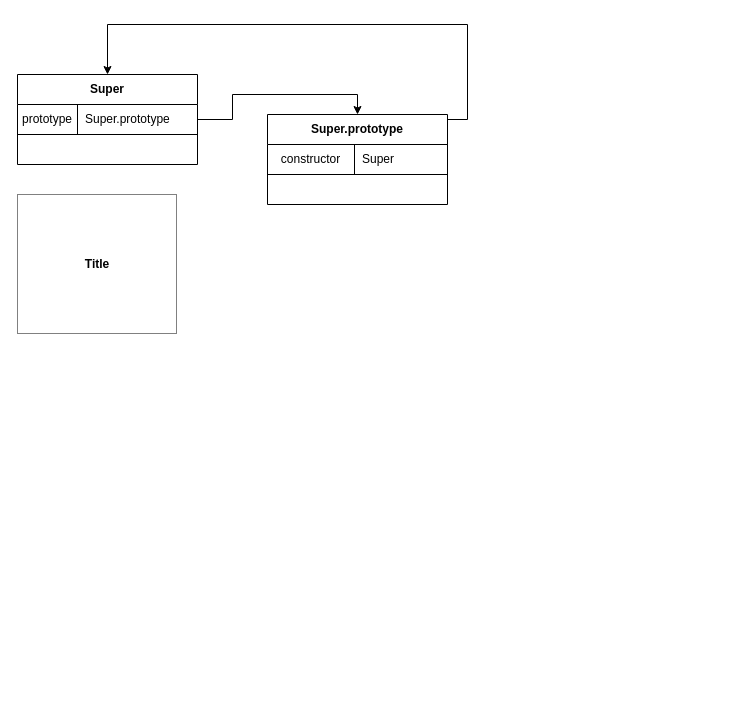
Above: Untitled Diagram.drawio in kankanbujian/handwriting-series (draw.io), before the change. Source tidied: cells renumbered, new cells numbered last; positions are measured from the earlier drawing's top-left corner, leaving out a move shared by most shapes. Both pictures are drawn from the tidied source at 100%, with x=0, y=0 at pixel (17, 24).
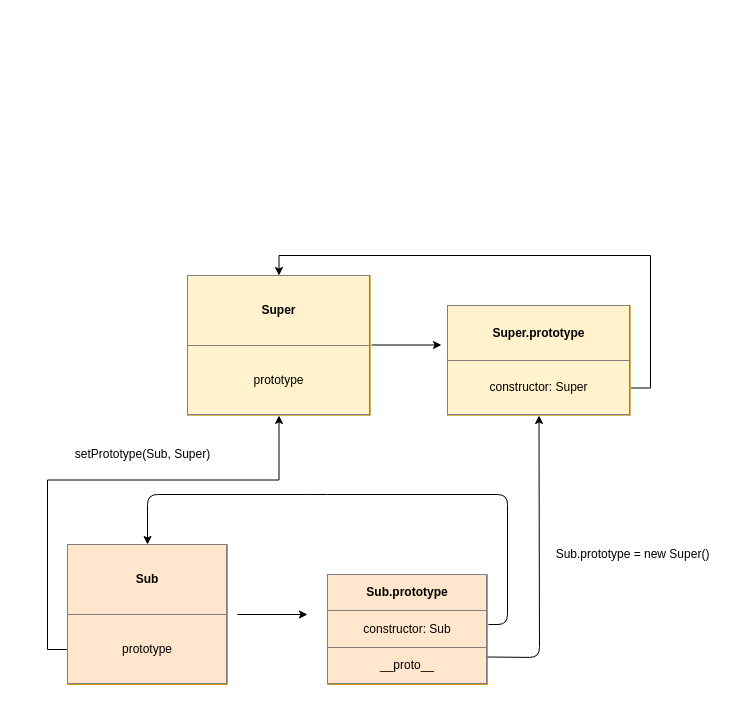
The same diagram, later.

The change refers to these unchanged cells:
```xml
<mxCell id="10" style="group;" parent="1" vertex="1">
  <mxGeometry x="250" y="90" width="180" height="90" as="geometry" />
</mxCell>
```

What changed in the source:
```diff
@@
-    <mxCell id="2" style="edgeStyle=orthogonalEdgeStyle;rounded=0;jettySize=auto;html=1;entryX=0.5;entryY=0;entryDx=0;entryDy=0;exitX=1;exitY=0.5;exitDx=0;exitDy=0;" parent="1" edge="1" source="12" target="5">
-      <mxGeometry relative="1" as="geometry">
-        <Array as="points">
-          <mxPoint x="450" y="95" />
-          <mxPoint x="450" />
-          <mxPoint x="90" />
-        </Array>
-      </mxGeometry>
-    </mxCell>
-    <mxCell id="3" style="edgeStyle=orthogonalEdgeStyle;rounded=0;jettySize=auto;html=1;exitX=1;exitY=0.5;exitDx=0;exitDy=0;entryX=0.5;entryY=0;entryDx=0;entryDy=0;" parent="1" edge="1" source="6" target="11">
-      <mxGeometry relative="1" as="geometry" />
-    </mxCell>
-    <mxCell id="4" style="group;" parent="1" vertex="1">
-      <mxGeometry y="50" width="180" height="90" as="geometry" />
-    </mxCell>
-    <mxCell id="5" value="Super" style="shape=table;html=1;whiteSpace=wrap;startSize=30;childLayout=tableLayout;rowLines=0;fontStyle=1;align=center;" parent="4" vertex="1">
-      <mxGeometry width="180" height="90" as="geometry" />
-    </mxCell>
-    <mxCell id="6" style="shape=partialRectangle;html=1;whiteSpace=wrap;fillColor=none;top=0;left=0;bottom=1;right=0;points=[[0,0.5],[1,0.5]];portConstraint=eastwest;" parent="5" vertex="1">
-      <mxGeometry y="30" width="180" height="30" as="geometry" />
-    </mxCell>
-    <mxCell id="7" value="prototype" style="shape=partialRectangle;html=1;whiteSpace=wrap;fillColor=none;top=0;left=0;bottom=0;right=0;overflow=hidden;" parent="6" vertex="1">
-      <mxGeometry width="60" height="30" as="geometry" />
-    </mxCell>
-    <mxCell id="8" value="&lt;span style=&quot;text-align: center&quot;&gt;Super.prototype&lt;/span&gt;" style="shape=partialRectangle;html=1;whiteSpace=wrap;fillColor=none;top=0;left=0;bottom=0;right=0;align=left;spacingLeft=6;overflow=hidden;" parent="6" vertex="1">
-      <mxGeometry x="60" width="120" height="30" as="geometry" />
-    </mxCell>
-    <mxCell id="9" value="&lt;table border=&quot;1&quot; width=&quot;100%&quot; cellpadding=&quot;4&quot; style=&quot;width: 100% ; height: 100% ; border-collapse: collapse&quot;&gt;&lt;tbody&gt;&lt;tr&gt;&lt;th align=&quot;center&quot;&gt;&lt;b&gt;Title&lt;/b&gt;&lt;/th&gt;&lt;/tr&gt;&lt;/tbody&gt;&lt;/table&gt;" style="text;html=1;strokeColor=none;fillColor=none;overflow=fill;" parent="1" vertex="1">
-      <mxGeometry y="170" width="160" height="140" as="geometry" />
-    </mxCell>
@@
-    <mxCell id="11" value="Super.prototype" style="shape=table;html=1;whiteSpace=wrap;startSize=30;childLayout=tableLayout;rowLines=0;fontStyle=1;align=center;" parent="10" vertex="1">
-      <mxGeometry width="180" height="90" as="geometry" />
-    </mxCell>
-    <mxCell id="12" style="shape=partialRectangle;html=1;whiteSpace=wrap;fillColor=none;top=0;left=0;bottom=1;right=0;points=[[0,0.5],[1,0.5]];portConstraint=eastwest;" parent="11" vertex="1">
-      <mxGeometry y="30" width="180" height="30" as="geometry" />
-    </mxCell>
-    <mxCell id="13" value="constructor" style="shape=partialRectangle;html=1;whiteSpace=wrap;fillColor=none;top=0;left=0;bottom=0;right=0;overflow=hidden;" parent="12" vertex="1">
-      <mxGeometry width="87" height="30" as="geometry" />
-    </mxCell>
-    <mxCell id="14" value="&lt;span style=&quot;text-align: center&quot;&gt;Super&lt;/span&gt;" style="shape=partialRectangle;html=1;whiteSpace=wrap;fillColor=none;top=0;left=0;bottom=0;right=0;align=left;spacingLeft=6;overflow=hidden;" parent="12" vertex="1">
-      <mxGeometry x="87" width="93" height="30" as="geometry" />
-    </mxCell>
+    <mxCell id="15" style="edgeStyle=orthogonalEdgeStyle;rounded=0;jettySize=auto;html=1;exitX=0;exitY=0.75;exitDx=0;exitDy=0;entryX=0.5;entryY=1;entryDx=0;entryDy=0;" parent="1" edge="1" source="16" target="20">
+      <mxGeometry relative="1" as="geometry" />
+    </mxCell>
+    <mxCell id="16" value="&lt;table border=&quot;1&quot; width=&quot;100%&quot; cellpadding=&quot;4&quot; style=&quot;width: 100% ; height: 100% ; border-collapse: collapse&quot;&gt;&lt;tbody&gt;&lt;tr&gt;&lt;th align=&quot;center&quot;&gt;Sub&lt;/th&gt;&lt;/tr&gt;&lt;tr&gt;&lt;td align=&quot;center&quot;&gt;prototype&lt;/td&gt;&lt;/tr&gt;&lt;/tbody&gt;&lt;/table&gt;" style="text;html=1;strokeColor=#d79b00;fillColor=#ffe6cc;overflow=fill;" parent="1" vertex="1">
+      <mxGeometry x="50" y="520" width="160" height="140" as="geometry" />
+    </mxCell>
+    <mxCell id="17" value="&lt;table border=&quot;1&quot; width=&quot;100%&quot; cellpadding=&quot;4&quot; style=&quot;width: 100% ; height: 100% ; border-collapse: collapse&quot;&gt;&lt;tbody&gt;&lt;tr&gt;&lt;th align=&quot;center&quot;&gt;Sub&lt;span&gt;.prototype&lt;/span&gt;&lt;br&gt;&lt;/th&gt;&lt;/tr&gt;&lt;tr&gt;&lt;td align=&quot;center&quot;&gt;&lt;span&gt;constructor:&amp;nbsp;&lt;/span&gt;Sub&lt;br&gt;&lt;/td&gt;&lt;/tr&gt;&lt;tr&gt;&lt;td style=&quot;text-align: center&quot;&gt;__proto__&lt;/td&gt;&lt;/tr&gt;&lt;/tbody&gt;&lt;/table&gt;" style="text;html=1;strokeColor=#d79b00;fillColor=#ffe6cc;overflow=fill;" parent="1" vertex="1">
+      <mxGeometry x="310" y="550" width="160" height="110" as="geometry" />
+    </mxCell>
+    <mxCell id="18" style="endArrow=classic;html=1;entryX=0.5;entryY=0;entryDx=0;entryDy=0;" parent="1" edge="1" target="16">
+      <mxGeometry relative="1" as="geometry">
+        <mxPoint x="471" y="600" as="sourcePoint" />
+        <Array as="points">
+          <mxPoint x="490" y="600" />
+          <mxPoint x="490" y="470" />
+          <mxPoint x="300" y="470" />
+          <mxPoint x="130" y="470" />
+        </Array>
+      </mxGeometry>
+    </mxCell>
+    <mxCell id="19" style="endArrow=classic;html=1;" parent="1" edge="1">
+      <mxGeometry relative="1" as="geometry">
+        <mxPoint x="220" y="590" as="sourcePoint" />
+        <mxPoint x="290" y="590" as="targetPoint" />
+      </mxGeometry>
+    </mxCell>
+    <mxCell id="20" value="&lt;table border=&quot;1&quot; width=&quot;100%&quot; cellpadding=&quot;4&quot; style=&quot;width: 100% ; height: 100% ; border-collapse: collapse&quot;&gt;&lt;tbody&gt;&lt;tr&gt;&lt;th align=&quot;center&quot;&gt;Super&lt;/th&gt;&lt;/tr&gt;&lt;tr&gt;&lt;td align=&quot;center&quot;&gt;prototype&lt;/td&gt;&lt;/tr&gt;&lt;/tbody&gt;&lt;/table&gt;" style="text;html=1;strokeColor=#d6b656;fillColor=#fff2cc;overflow=fill;" parent="1" vertex="1">
+      <mxGeometry x="170" y="251" width="183" height="140" as="geometry" />
+    </mxCell>
+    <mxCell id="21" style="edgeStyle=orthogonalEdgeStyle;rounded=0;jettySize=auto;html=1;exitX=1;exitY=0.75;exitDx=0;exitDy=0;entryX=0.5;entryY=0;entryDx=0;entryDy=0;" parent="1" edge="1" source="22" target="20">
+      <mxGeometry relative="1" as="geometry" />
+    </mxCell>
+    <mxCell id="22" value="&lt;table border=&quot;1&quot; width=&quot;100%&quot; cellpadding=&quot;4&quot; style=&quot;width: 100% ; height: 100% ; border-collapse: collapse&quot;&gt;&lt;tbody&gt;&lt;tr&gt;&lt;th align=&quot;center&quot;&gt;&lt;span&gt;Super.prototype&lt;/span&gt;&lt;br&gt;&lt;/th&gt;&lt;/tr&gt;&lt;tr&gt;&lt;td align=&quot;center&quot;&gt;&lt;span&gt;constructor: Super&lt;/span&gt;&lt;br&gt;&lt;/td&gt;&lt;/tr&gt;&lt;/tbody&gt;&lt;/table&gt;" style="text;html=1;strokeColor=#d6b656;fillColor=#fff2cc;overflow=fill;" parent="1" vertex="1">
+      <mxGeometry x="430" y="281" width="183" height="110" as="geometry" />
+    </mxCell>
+    <mxCell id="23" style="endArrow=classic;html=1;" parent="1" edge="1">
+      <mxGeometry relative="1" as="geometry">
+        <mxPoint x="354" y="320.5" as="sourcePoint" />
+        <mxPoint x="424" y="320.5" as="targetPoint" />
+      </mxGeometry>
+    </mxCell>
+    <mxCell id="24" style="endArrow=classic;html=1;exitX=1;exitY=0.75;exitDx=0;exitDy=0;entryX=0.5;entryY=1;entryDx=0;entryDy=0;" parent="1" edge="1" source="17" target="22">
+      <mxGeometry relative="1" as="geometry">
+        <Array as="points">
+          <mxPoint x="522" y="633" />
+        </Array>
+      </mxGeometry>
+    </mxCell>
+    <mxCell id="25" value="setPrototype(Sub, Super)" style="text;html=1;align=center;verticalAlign=middle;" parent="1" vertex="1">
+      <mxGeometry x="50" y="420" width="150" height="20" as="geometry" />
+    </mxCell>
+    <mxCell id="26" value="Sub.prototype = new Super()" style="text;html=1;align=center;verticalAlign=middle;" parent="1" vertex="1">
+      <mxGeometry x="530" y="520" width="170" height="20" as="geometry" />
+    </mxCell>
```
